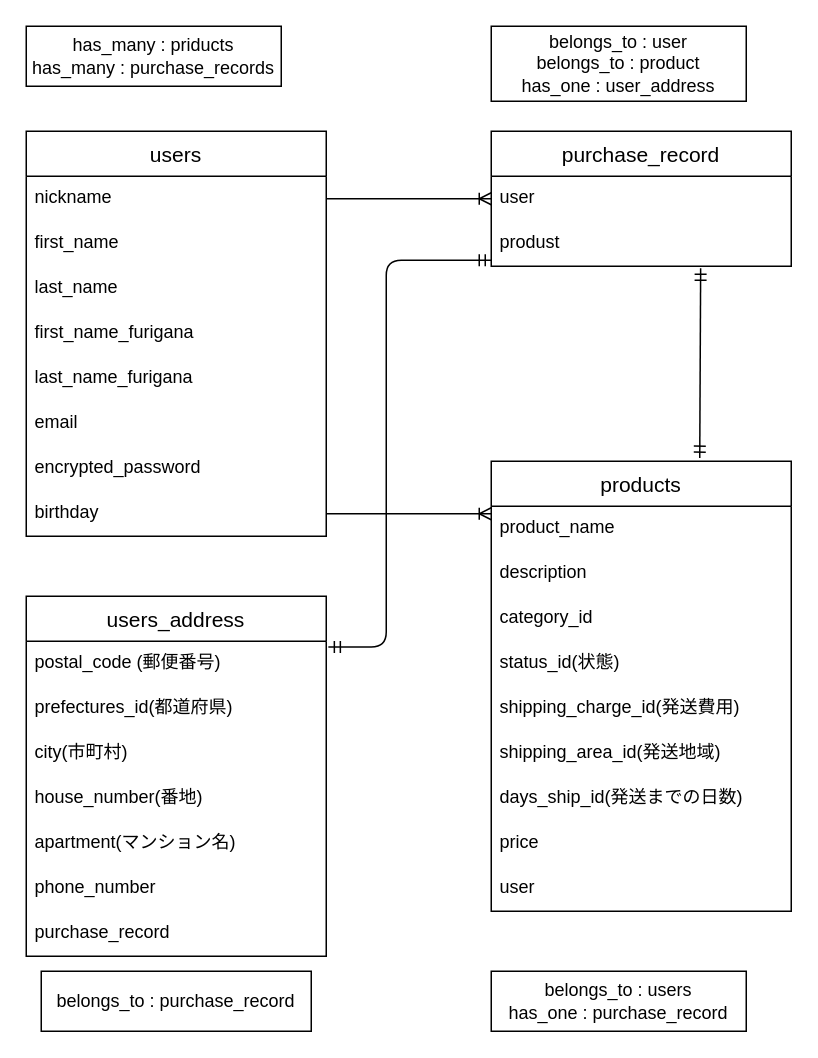
Earlier version of the draw.io diagram test.dio (icchi-saya/furima-29119). Source tidied: cells renumbered, new cells numbered last; positions are measured from the earlier drawing's top-left corner, leaving out a move shared by most shapes. Both pictures are drawn from the tidied source at 150%, with x=0, y=0 at pixel (26, 26).
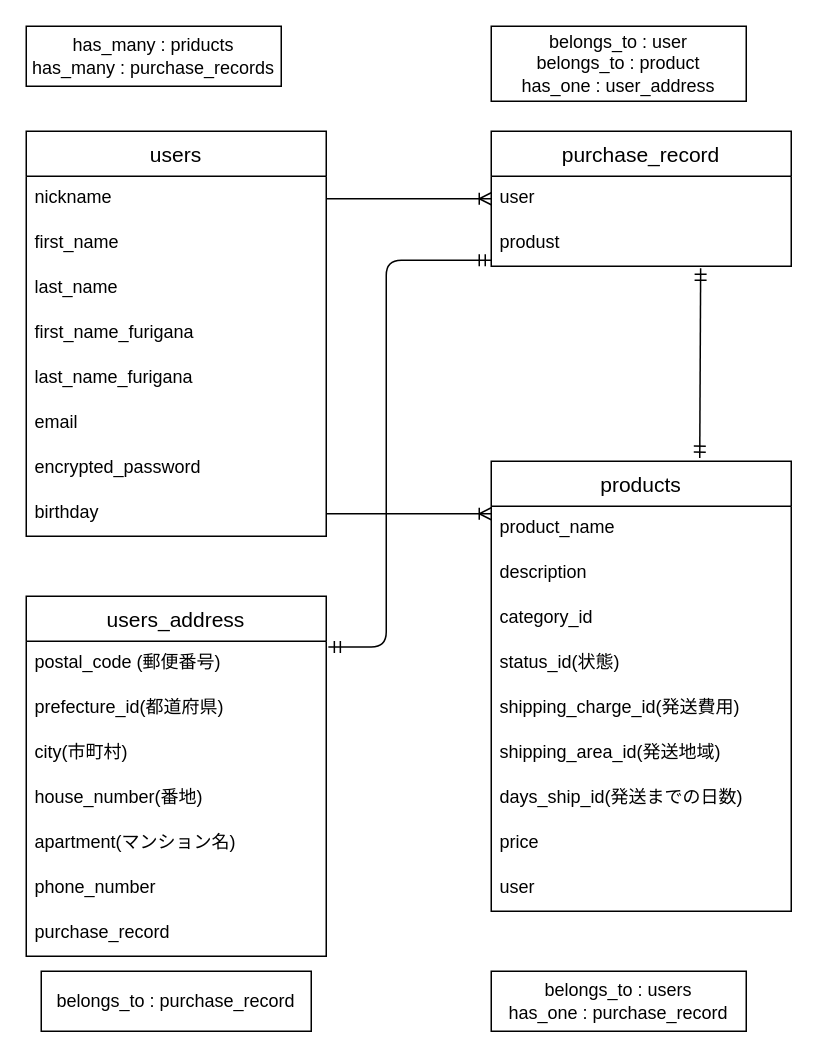
Above is the later version.

The change refers to these unchanged cells:
```xml
<mxCell id="24" value="users_address" style="swimlane;fontStyle=0;horizontal=1;startSize=30;align=center;fontSize=14;" parent="1" vertex="1">
  <mxGeometry y="380" width="200" height="240" as="geometry" />
</mxCell>
```

The edit, as a diff of the source:
```diff
@@
-    <mxCell id="26" value="prefectures_id(都道府県)" style="text;strokeColor=none;fillColor=none;spacingLeft=4;spacingRight=4;overflow=hidden;fontSize=12;" parent="24" vertex="1">
+    <mxCell id="26" value="prefecture_id(都道府県)" style="text;strokeColor=none;fillColor=none;spacingLeft=4;spacingRight=4;overflow=hidden;fontSize=12;" parent="24" vertex="1">
       <mxGeometry y="60" width="200" height="30" as="geometry" />
     </mxCell>
```
